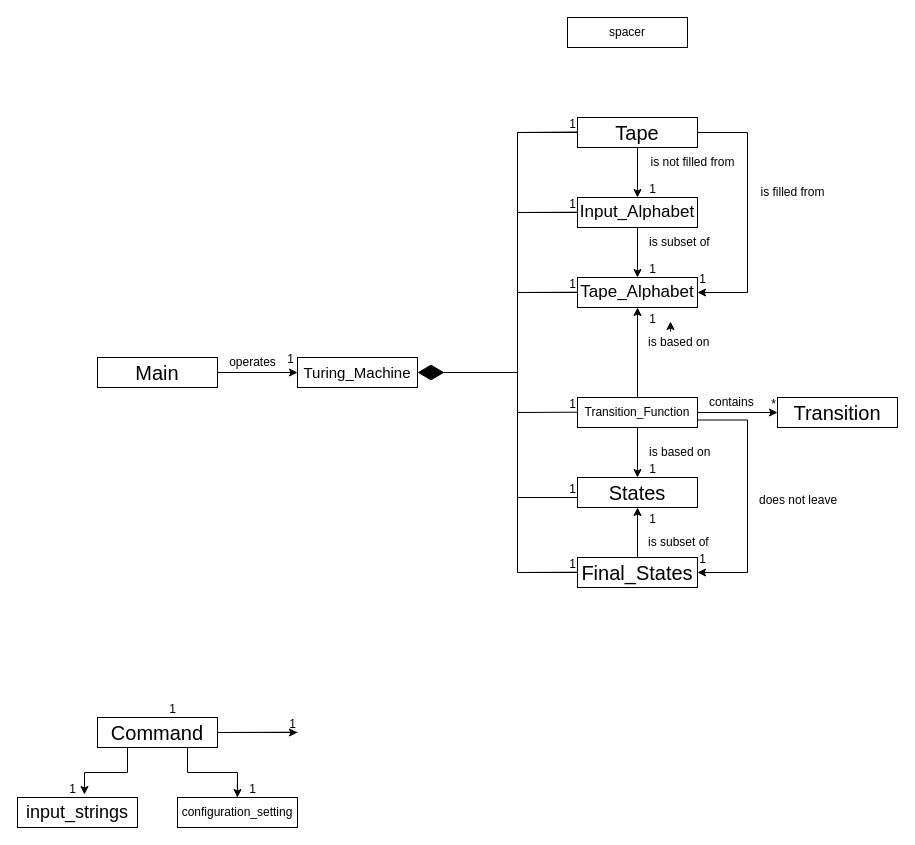
Above: Untitled Diagram.drawio in IgorBCode/cv (draw.io), before the change. Source tidied: cells renumbered, new cells numbered last; positions are measured from the earlier drawing's top-left corner, leaving out a move shared by most shapes. Both pictures are drawn from the tidied source at 100%, with x=0, y=0 at pixel (17, 17).
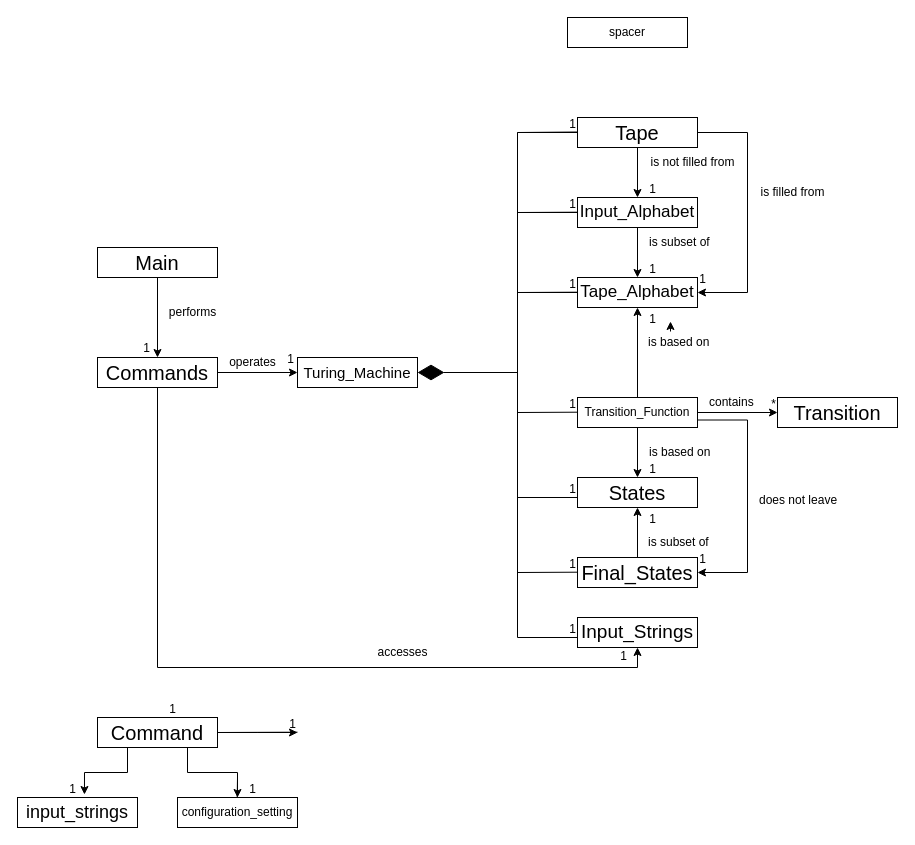
After the change.

Unchanged cells that the change refers to:
```xml
<mxCell id="9" value="&lt;font style=&quot;font-size: 15px;&quot;&gt;Turing_Machine&lt;/font&gt;" style="html=1;whiteSpace=wrap;" parent="1" vertex="1">
  <mxGeometry x="280" y="340" width="120" height="30" as="geometry" />
</mxCell>
<mxCell id="14" value="&lt;font style=&quot;font-size: 20px;&quot;&gt;Tape&lt;/font&gt;" style="html=1;whiteSpace=wrap;" parent="1" vertex="1">
  <mxGeometry x="560" y="100" width="120" height="30" as="geometry" />
</mxCell>
<mxCell id="27" value="&lt;font style=&quot;font-size: 20px;&quot;&gt;Final_States&lt;/font&gt;" style="html=1;whiteSpace=wrap;" parent="1" vertex="1">
  <mxGeometry x="560" y="540" width="120" height="30" as="geometry" />
</mxCell>
```

What changed in the source:
```diff
@@
-    <mxCell id="2" style="edgeStyle=orthogonalEdgeStyle;rounded=0;jettySize=auto;html=1;entryX=0;entryY=0.5;entryDx=0;entryDy=0;" parent="1" edge="1" source="3" target="9">
-      <mxGeometry relative="1" as="geometry" />
-    </mxCell>
+    <mxCell id="68" style="edgeStyle=orthogonalEdgeStyle;rounded=0;jettySize=auto;html=1;exitX=0.5;exitY=1;exitDx=0;exitDy=0;" parent="1" edge="1" source="3" target="71">
+      <mxGeometry relative="1" as="geometry" />
+    </mxCell>
     <mxCell id="3" value="&lt;font style=&quot;font-size: 20px;&quot;&gt;Main&lt;/font&gt;" style="html=1;whiteSpace=wrap;" parent="1" vertex="1">
-      <mxGeometry x="80" y="340" width="120" height="30" as="geometry" />
+      <mxGeometry x="80" y="230" width="120" height="30" as="geometry" />
     </mxCell>
@@
-    <mxCell id="11" style="edgeStyle=orthogonalEdgeStyle;rounded=0;jettySize=auto;html=1;exitX=0;exitY=0.5;exitDx=0;exitDy=0;entryX=0;entryY=0.5;entryDx=0;entryDy=0;strokeColor=default;endArrow=none;endFill=0;" parent="1" edge="1" source="14" target="27">
+    <mxCell id="11" style="edgeStyle=orthogonalEdgeStyle;rounded=0;jettySize=auto;html=1;exitX=0;exitY=0.5;exitDx=0;exitDy=0;entryX=0;entryY=0.75;entryDx=0;entryDy=0;strokeColor=default;endArrow=none;endFill=0;" parent="1" edge="1" source="14" target="72">
       <mxGeometry relative="1" as="geometry">
         <Array as="points">
           <mxPoint x="500" y="115" />
-          <mxPoint x="500" y="555" />
+          <mxPoint x="500" y="620" />
+          <mxPoint x="560" y="620" />
         </Array>
       </mxGeometry>
     </mxCell>
@@
+    <mxCell id="69" style="edgeStyle=orthogonalEdgeStyle;rounded=0;jettySize=auto;html=1;exitX=1;exitY=0.5;exitDx=0;exitDy=0;entryX=0;entryY=0.5;entryDx=0;entryDy=0;" parent="1" edge="1" source="71" target="9">
+      <mxGeometry relative="1" as="geometry" />
+    </mxCell>
+    <mxCell id="70" style="edgeStyle=orthogonalEdgeStyle;rounded=0;jettySize=auto;html=1;exitX=0.5;exitY=1;exitDx=0;exitDy=0;entryX=0.5;entryY=1;entryDx=0;entryDy=0;" parent="1" edge="1" source="71" target="72">
+      <mxGeometry relative="1" as="geometry" />
+    </mxCell>
+    <mxCell id="71" value="&lt;font style=&quot;font-size: 20px;&quot;&gt;Commands&lt;/font&gt;" style="html=1;whiteSpace=wrap;" parent="1" vertex="1">
+      <mxGeometry x="80" y="340" width="120" height="30" as="geometry" />
+    </mxCell>
+    <mxCell id="72" value="&lt;font style=&quot;font-size: 19px;&quot;&gt;Input_Strings&lt;/font&gt;" style="html=1;whiteSpace=wrap;" parent="1" vertex="1">
+      <mxGeometry x="560" y="600" width="120" height="30" as="geometry" />
+    </mxCell>
+    <mxCell id="73" value="1" style="html=1;whiteSpace=wrap;align=right;verticalAlign=bottom;" parent="1" vertex="1">
+      <mxGeometry x="560" y="619.7" as="geometry" />
+    </mxCell>
+    <mxCell id="74" value="performs" style="text;html=1;align=center;verticalAlign=middle;strokeColor=none;fillColor=none;" parent="1" vertex="1">
+      <mxGeometry x="140" y="280" width="70" height="30" as="geometry" />
+    </mxCell>
+    <mxCell id="75" value="1" style="html=1;whiteSpace=wrap;align=right;verticalAlign=bottom;" parent="1" vertex="1">
+      <mxGeometry x="290" y="724.7" as="geometry">
+        <mxPoint x="-156" y="-386" as="offset" />
+      </mxGeometry>
+    </mxCell>
+    <mxCell id="76" value="accesses" style="text;html=1;align=center;verticalAlign=middle;strokeColor=none;fillColor=none;" parent="1" vertex="1">
+      <mxGeometry x="345" y="619.7" width="80" height="30" as="geometry" />
+    </mxCell>
+    <mxCell id="77" value="1" style="html=1;whiteSpace=wrap;align=right;verticalAlign=bottom;" parent="1" vertex="1">
+      <mxGeometry x="170" y="710" as="geometry">
+        <mxPoint x="441" y="-63" as="offset" />
+      </mxGeometry>
+    </mxCell>
```
